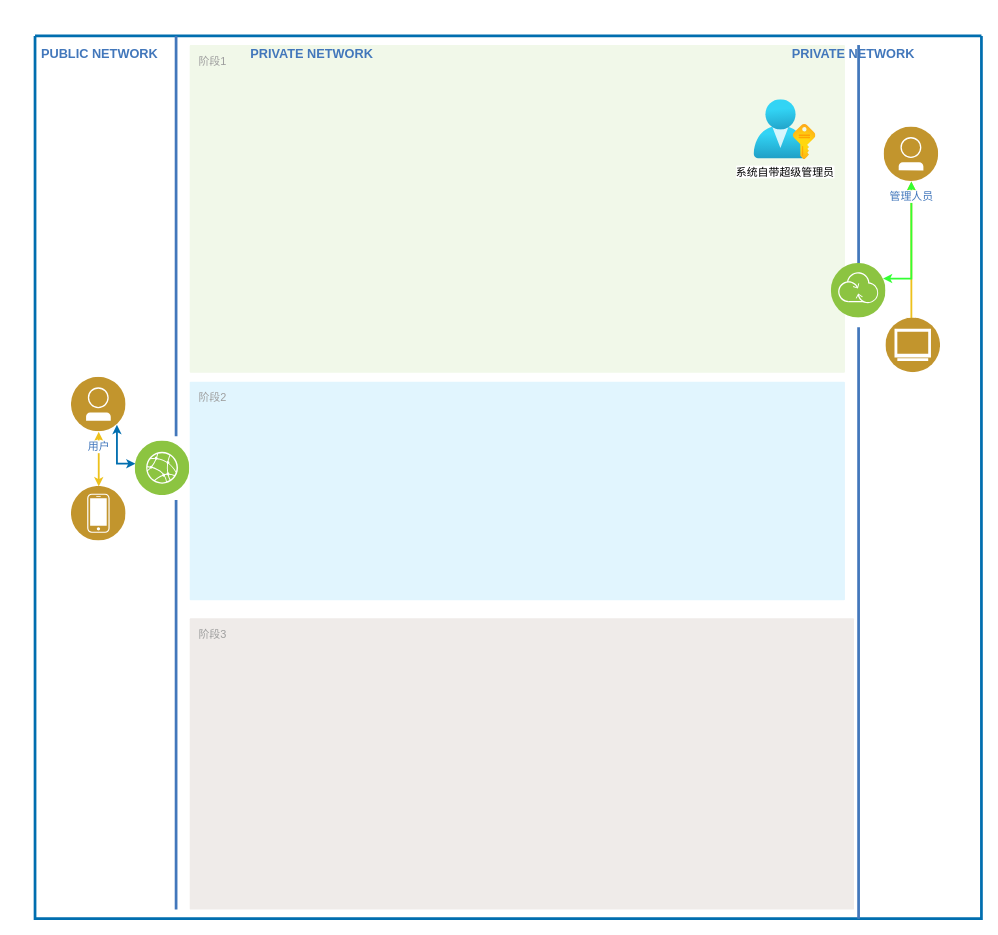
Earlier version of the draw.io diagram craft/add_f.drawio (feihu618/drawio). Source tidied: cells renumbered, new cells numbered last; positions are measured from the earlier drawing's top-left corner, leaving out a move shared by most shapes. Both pictures are drawn from the tidied source at 91%, with x=0, y=0 at pixel (35, 35).
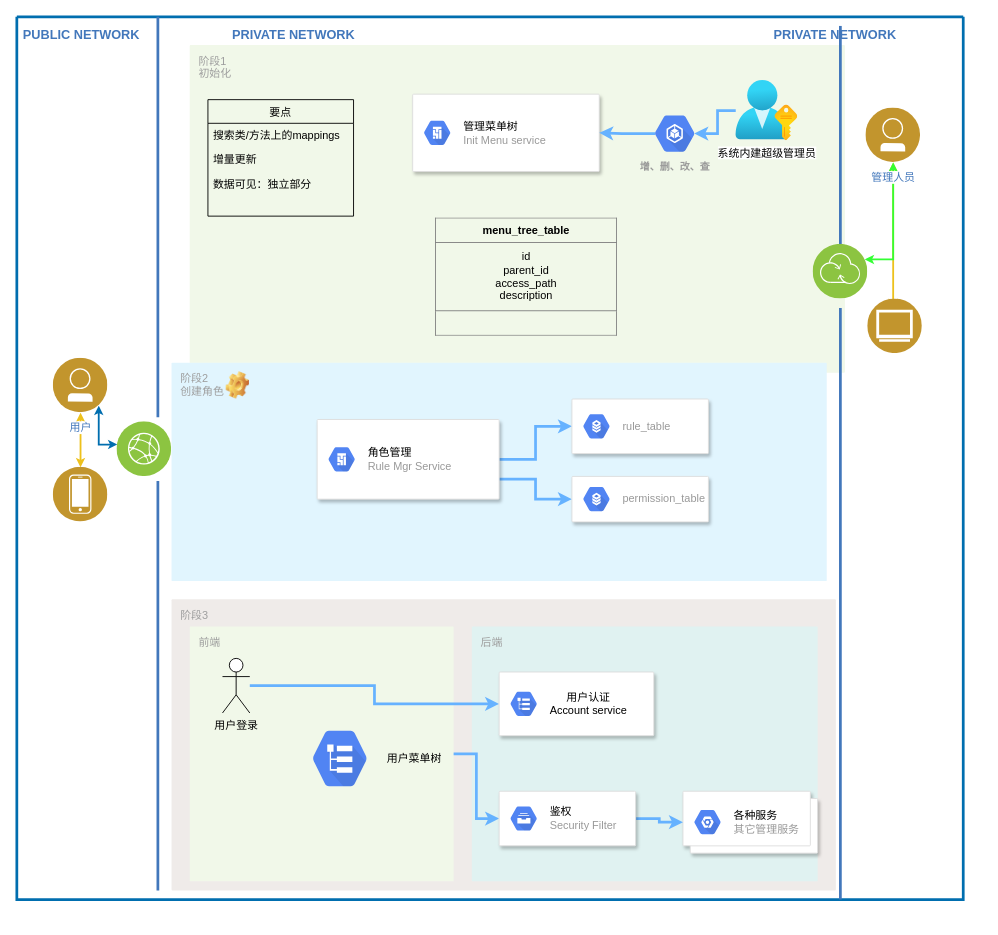
The same page after the edit.

Change to the diagram source:
```diff
@@
-    <mxCell id="2" value="阶段1" style="rounded=1;absoluteArcSize=1;arcSize=2;html=1;strokeColor=none;gradientColor=none;shadow=0;dashed=0;fontSize=12;fontColor=#9E9E9E;align=left;verticalAlign=top;spacing=10;spacingTop=-4;fillColor=#F1F8E9;" parent="1" vertex="1">
+    <mxCell id="2" value="阶段1&lt;br&gt;初始化" style="rounded=1;absoluteArcSize=1;arcSize=2;html=1;strokeColor=none;gradientColor=none;shadow=0;dashed=0;fontSize=12;fontColor=#9E9E9E;align=left;verticalAlign=top;spacing=10;spacingTop=-4;fillColor=#F1F8E9;" parent="1" vertex="1">
       <mxGeometry x="170" y="10" width="720" height="360" as="geometry" />
     </mxCell>
     <mxCell id="3" style="swimlane;shadow=0;strokeColor=#006EAF;fillColor=#1ba1e2;fontColor=#ffffff;align=right;startSize=0;noLabel=1;strokeWidth=3;" parent="1" vertex="1">
-      <mxGeometry width="1040" height="970" as="geometry" />
+      <mxGeometry x="-20" y="-21" width="1040" height="970" as="geometry" />
     </mxCell>
@@
-    <mxCell id="21" value="阶段2" style="rounded=1;absoluteArcSize=1;arcSize=2;html=1;strokeColor=none;gradientColor=none;shadow=0;dashed=0;fontSize=12;fontColor=#9E9E9E;align=left;verticalAlign=top;spacing=10;spacingTop=-4;fillColor=#E1F5FE;" parent="3" vertex="1">
+    <mxCell id="21" value="阶段2&lt;br&gt;创建角色" style="rounded=1;absoluteArcSize=1;arcSize=2;html=1;strokeColor=none;gradientColor=none;shadow=0;dashed=0;fontSize=12;fontColor=#9E9E9E;align=left;verticalAlign=top;spacing=10;spacingTop=-4;fillColor=#E1F5FE;" parent="3" vertex="1">
       <mxGeometry x="170" y="380" width="720" height="240" as="geometry" />
     </mxCell>
@@
+    <mxCell id="24" style="edgeStyle=orthogonalEdgeStyle;rounded=0;jettySize=auto;html=1;entryX=0.825;entryY=0.5;entryDx=0;entryDy=0;entryPerimeter=0;strokeColor=#66B2FF;strokeWidth=3;" parent="3" edge="1" source="23" target="28">
+      <mxGeometry relative="1" as="geometry" />
+    </mxCell>
-    <mxCell id="23" value="系统自带超级管理员" style="html=1;points=[];align=center;image;fontSize=12;image=img/lib/azure2/azure_stack/User_Subscriptions.svg;" parent="3" vertex="1">
+    <mxCell id="23" value="系统内建超级管理员" style="html=1;points=[];align=center;image;fontSize=12;image=img/lib/azure2/azure_stack/User_Subscriptions.svg;" parent="3" vertex="1">
       <mxGeometry x="790" y="70" width="68" height="66" as="geometry" />
     </mxCell>
+    <mxCell id="25" style="strokeColor=#dddddd;shadow=1;strokeWidth=1;rounded=1;absoluteArcSize=1;arcSize=2;" parent="3" vertex="1">
+      <mxGeometry x="435" y="85" width="205" height="85" as="geometry" />
+    </mxCell>
+    <mxCell id="26" value="&lt;font color=&quot;#000000&quot;&gt;管理菜单树&lt;/font&gt;&lt;br&gt;Init Menu service" style="dashed=0;html=1;fillColor=#5184F3;strokeColor=none;shape=mxgraph.gcp2.hexIcon;prIcon=cloud_composer;labelPosition=right;verticalLabelPosition=middle;align=left;verticalAlign=middle;spacingLeft=5;fontColor=#999999;fontSize=12;" parent="25" vertex="1">
+      <mxGeometry y="0.5" width="44" height="39" relative="1" as="geometry">
+        <mxPoint x="5" y="-19.5" as="offset" />
+      </mxGeometry>
+    </mxCell>
+    <mxCell id="27" style="edgeStyle=orthogonalEdgeStyle;rounded=0;jettySize=auto;html=1;exitX=0.175;exitY=0.5;exitDx=0;exitDy=0;exitPerimeter=0;strokeColor=#66B2FF;strokeWidth=3;" parent="3" edge="1" source="28" target="25">
+      <mxGeometry relative="1" as="geometry" />
+    </mxCell>
+    <mxCell id="28" value="增、删、改、查" style="html=1;fillColor=#5184F3;strokeColor=none;verticalAlign=top;labelPosition=center;verticalLabelPosition=bottom;align=center;spacingTop=-6;fontSize=11;fontStyle=1;fontColor=#999999;shape=mxgraph.gcp2.hexIcon;prIcon=container_engine;" parent="3" vertex="1">
+      <mxGeometry x="690" y="99" width="66" height="58.5" as="geometry" />
+    </mxCell>
+    <mxCell id="29" style="shape=image;html=1;verticalLabelPosition=bottom;verticalAlign=top;imageAspect=1;image=img/clipart/Gear_128x128.png;" parent="3" vertex="1">
+      <mxGeometry x="230" y="390" width="25.6" height="30" as="geometry" />
+    </mxCell>
+    <mxCell id="30" style="edgeStyle=orthogonalEdgeStyle;rounded=0;jettySize=auto;html=1;strokeColor=#66B2FF;strokeWidth=3;" parent="3" edge="1" source="32" target="36">
+      <mxGeometry relative="1" as="geometry" />
+    </mxCell>
+    <mxCell id="31" style="edgeStyle=orthogonalEdgeStyle;rounded=0;jettySize=auto;html=1;exitX=1;exitY=0.75;exitDx=0;exitDy=0;strokeColor=#66B2FF;strokeWidth=3;" parent="3" edge="1" source="32" target="34">
+      <mxGeometry relative="1" as="geometry" />
+    </mxCell>
+    <mxCell id="32" style="strokeColor=#dddddd;shadow=1;strokeWidth=1;rounded=1;absoluteArcSize=1;arcSize=2;" parent="3" vertex="1">
+      <mxGeometry x="330" y="442.5" width="200" height="87.5" as="geometry" />
+    </mxCell>
+    <mxCell id="33" value="&lt;font color=&quot;#000000&quot;&gt;角色管理&lt;/font&gt;&lt;br&gt;Rule Mgr Service" style="dashed=0;html=1;fillColor=#5184F3;strokeColor=none;shape=mxgraph.gcp2.hexIcon;prIcon=cloud_composer;labelPosition=right;verticalLabelPosition=middle;align=left;verticalAlign=middle;spacingLeft=5;fontColor=#999999;fontSize=12;" parent="32" vertex="1">
+      <mxGeometry y="0.5" width="44" height="39" relative="1" as="geometry">
+        <mxPoint x="5" y="-19.5" as="offset" />
+      </mxGeometry>
+    </mxCell>
+    <mxCell id="34" style="strokeColor=#dddddd;shadow=1;strokeWidth=1;rounded=1;absoluteArcSize=1;arcSize=2;" parent="3" vertex="1">
+      <mxGeometry x="610" y="505" width="150" height="50" as="geometry" />
+    </mxCell>
+    <mxCell id="35" value="permission_table" style="dashed=0;html=1;fillColor=#5184F3;strokeColor=none;shape=mxgraph.gcp2.hexIcon;prIcon=cloud_sql;labelPosition=right;verticalLabelPosition=middle;align=left;verticalAlign=middle;spacingLeft=5;fontColor=#999999;fontSize=12;" parent="34" vertex="1">
+      <mxGeometry y="0.5" width="44" height="39" relative="1" as="geometry">
+        <mxPoint x="5" y="-19.5" as="offset" />
+      </mxGeometry>
+    </mxCell>
+    <mxCell id="36" style="strokeColor=#dddddd;shadow=1;strokeWidth=1;rounded=1;absoluteArcSize=1;arcSize=2;" parent="3" vertex="1">
+      <mxGeometry x="610" y="420" width="150" height="60" as="geometry" />
+    </mxCell>
+    <mxCell id="37" value="rule_table" style="dashed=0;html=1;fillColor=#5184F3;strokeColor=none;shape=mxgraph.gcp2.hexIcon;prIcon=cloud_sql;labelPosition=right;verticalLabelPosition=middle;align=left;verticalAlign=middle;spacingLeft=5;fontColor=#999999;fontSize=12;" parent="36" vertex="1">
+      <mxGeometry y="0.5" width="44" height="39" relative="1" as="geometry">
+        <mxPoint x="5" y="-19.5" as="offset" />
+      </mxGeometry>
+    </mxCell>
+    <mxCell id="38" value="前端" style="points=[[0,0,0],[0.25,0,0],[0.5,0,0],[0.75,0,0],[1,0,0],[1,0.25,0],[1,0.5,0],[1,0.75,0],[1,1,0],[0.75,1,0],[0.5,1,0],[0.25,1,0],[0,1,0],[0,0.75,0],[0,0.5,0],[0,0.25,0]];rounded=1;absoluteArcSize=1;arcSize=2;html=1;strokeColor=none;gradientColor=none;shadow=0;dashed=0;fontSize=12;fontColor=#9E9E9E;align=left;verticalAlign=top;spacing=10;spacingTop=-4;fillColor=#F1F8E9;" parent="3" vertex="1">
+      <mxGeometry x="190" y="670" width="290" height="280" as="geometry" />
+    </mxCell>
+    <mxCell id="39" value="后端" style="rounded=1;absoluteArcSize=1;arcSize=2;html=1;strokeColor=none;gradientColor=none;shadow=0;dashed=0;fontSize=12;fontColor=#9E9E9E;align=left;verticalAlign=top;spacing=10;spacingTop=-4;fillColor=#E0F2F1;" parent="3" vertex="1">
+      <mxGeometry x="500" y="670" width="380" height="280" as="geometry" />
+    </mxCell>
+    <mxCell id="40" style="edgeStyle=orthogonalEdgeStyle;rounded=0;jettySize=auto;html=1;strokeColor=#66B2FF;strokeWidth=3;" parent="3" edge="1" source="41" target="43">
+      <mxGeometry relative="1" as="geometry" />
+    </mxCell>
+    <mxCell id="41" value="用户登录" style="shape=umlActor;verticalLabelPosition=bottom;verticalAlign=top;html=1;outlineConnect=0;" parent="3" vertex="1">
+      <mxGeometry x="226" y="705" width="30" height="60" as="geometry" />
+    </mxCell>
+    <mxCell id="42" value="&lt;font color=&quot;#000000&quot;&gt;用户菜单树&lt;/font&gt;" style="dashed=0;html=1;fillColor=#5184F3;strokeColor=none;shape=mxgraph.gcp2.hexIcon;prIcon=logging;labelPosition=right;verticalLabelPosition=middle;align=left;verticalAlign=middle;spacingLeft=5;fontColor=#999999;fontSize=12;" parent="3" vertex="1">
+      <mxGeometry x="310" y="770" width="90" height="90" as="geometry" />
+    </mxCell>
+    <mxCell id="43" style="strokeColor=#dddddd;shadow=1;strokeWidth=1;rounded=1;absoluteArcSize=1;arcSize=2;" parent="3" vertex="1">
+      <mxGeometry x="530" y="720" width="170" height="70" as="geometry" />
+    </mxCell>
+    <mxCell id="44" value="&lt;div style=&quot;text-align: center&quot;&gt;&lt;span style=&quot;color: rgb(0 , 0 , 0)&quot;&gt;用户认证&lt;/span&gt;&lt;/div&gt;&lt;font color=&quot;#000000&quot;&gt;Account service&lt;/font&gt;" style="dashed=0;html=1;fillColor=#5184F3;strokeColor=none;shape=mxgraph.gcp2.hexIcon;prIcon=logging;labelPosition=right;verticalLabelPosition=middle;align=left;verticalAlign=middle;spacingLeft=5;fontColor=#999999;fontSize=12;" parent="43" vertex="1">
+      <mxGeometry y="0.5" width="44" height="39" relative="1" as="geometry">
+        <mxPoint x="5" y="-19.5" as="offset" />
+      </mxGeometry>
+    </mxCell>
+    <mxCell id="45" style="shape=mxgraph.gcp2.doubleRect;strokeColor=#dddddd;shadow=1;strokeWidth=1;" parent="3" vertex="1">
+      <mxGeometry x="732" y="851" width="148" height="68" as="geometry" />
+    </mxCell>
+    <mxCell id="46" value="&lt;font color=&quot;#000000&quot;&gt;各种服务&lt;/font&gt;&lt;br&gt;其它管理服务" style="dashed=0;html=1;fillColor=#5184F3;strokeColor=none;shape=mxgraph.gcp2.hexIcon;prIcon=placeholder;labelPosition=right;verticalLabelPosition=middle;align=left;verticalAlign=middle;spacingLeft=5;fontColor=#999999;fontSize=12;" parent="45" vertex="1">
+      <mxGeometry y="0.5" width="44" height="39" relative="1" as="geometry">
+        <mxPoint x="5" y="-19.5" as="offset" />
+      </mxGeometry>
+    </mxCell>
+    <mxCell id="47" style="edgeStyle=orthogonalEdgeStyle;rounded=0;jettySize=auto;html=1;strokeColor=#66B2FF;strokeWidth=3;entryX=0;entryY=0.5;entryDx=0;entryDy=0;" parent="3" edge="1" source="38" target="49">
+      <mxGeometry relative="1" as="geometry" />
+    </mxCell>
+    <mxCell id="48" style="edgeStyle=orthogonalEdgeStyle;rounded=0;jettySize=auto;html=1;exitX=1;exitY=0.5;exitDx=0;exitDy=0;entryX=0;entryY=0.5;entryDx=0;entryDy=0;strokeColor=#66B2FF;strokeWidth=3;" parent="3" edge="1" source="49" target="45">
+      <mxGeometry relative="1" as="geometry" />
+    </mxCell>
+    <mxCell id="49" style="strokeColor=#dddddd;shadow=1;strokeWidth=1;rounded=1;absoluteArcSize=1;arcSize=2;" parent="3" vertex="1">
+      <mxGeometry x="530" y="851" width="150" height="60" as="geometry" />
+    </mxCell>
+    <mxCell id="50" value="&lt;font color=&quot;#000000&quot;&gt;鉴权&lt;/font&gt;&lt;br&gt;Security Filter" style="dashed=0;html=1;fillColor=#5184F3;strokeColor=none;shape=mxgraph.gcp2.hexIcon;prIcon=cloud_filestore;labelPosition=right;verticalLabelPosition=middle;align=left;verticalAlign=middle;spacingLeft=5;fontColor=#999999;fontSize=12;" parent="49" vertex="1">
+      <mxGeometry y="0.5" width="44" height="39" relative="1" as="geometry">
+        <mxPoint x="5" y="-19.5" as="offset" />
+      </mxGeometry>
+    </mxCell>
+    <mxCell id="51" value="要点" style="swimlane;fontStyle=0;horizontal=1;startSize=26;fillColor=none;" parent="1" vertex="1">
+      <mxGeometry x="190" y="70" width="160" height="128" as="geometry" />
+    </mxCell>
+    <mxCell id="52" value="搜索类/方法上的mappings&#10;" style="text;strokeColor=none;fillColor=none;align=left;verticalAlign=top;spacingLeft=4;spacingRight=4;overflow=hidden;" parent="51" vertex="1">
+      <mxGeometry y="26" width="160" height="26" as="geometry" />
+    </mxCell>
+    <mxCell id="53" value="增量更新" style="text;strokeColor=none;fillColor=none;align=left;verticalAlign=top;spacingLeft=4;spacingRight=4;overflow=hidden;" parent="51" vertex="1">
+      <mxGeometry y="52" width="160" height="28" as="geometry" />
+    </mxCell>
+    <mxCell id="54" value="数据可见：独立部分" style="text;strokeColor=none;fillColor=none;align=left;verticalAlign=top;spacingLeft=4;spacingRight=4;overflow=hidden;" parent="51" vertex="1">
+      <mxGeometry y="80" width="160" height="48" as="geometry" />
+    </mxCell>
+    <mxCell id="55" value="&lt;table border=&quot;1&quot; width=&quot;100%&quot; cellpadding=&quot;4&quot; style=&quot;width: 100% ; height: 100% ; border-collapse: collapse&quot;&gt;&lt;tbody&gt;&lt;tr&gt;&lt;th align=&quot;center&quot;&gt;&lt;b&gt;menu_tree_table&lt;/b&gt;&lt;/th&gt;&lt;/tr&gt;&lt;tr&gt;&lt;td align=&quot;center&quot;&gt;id&lt;br&gt;parent_id&lt;br&gt;access_path&lt;br&gt;description&lt;/td&gt;&lt;/tr&gt;&lt;tr&gt;&lt;td align=&quot;center&quot;&gt;&lt;br&gt;&lt;/td&gt;&lt;/tr&gt;&lt;/tbody&gt;&lt;/table&gt;" style="text;html=1;strokeColor=none;fillColor=none;overflow=fill;" parent="1" vertex="1">
+      <mxGeometry x="440" y="200" width="200" height="130" as="geometry" />
+    </mxCell>
```
